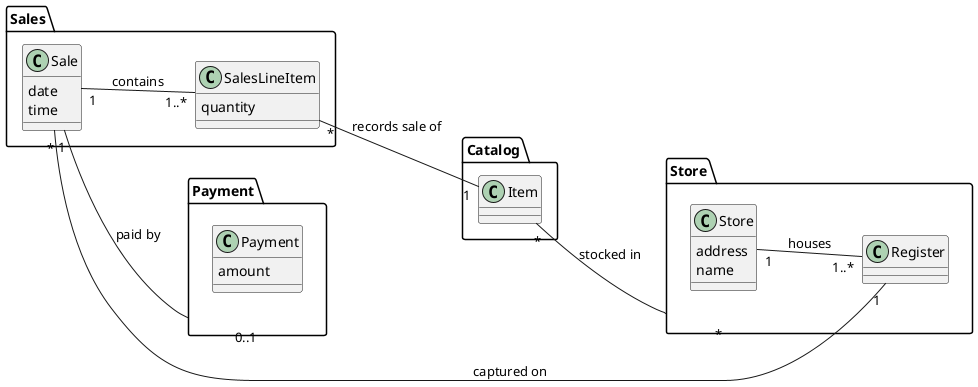
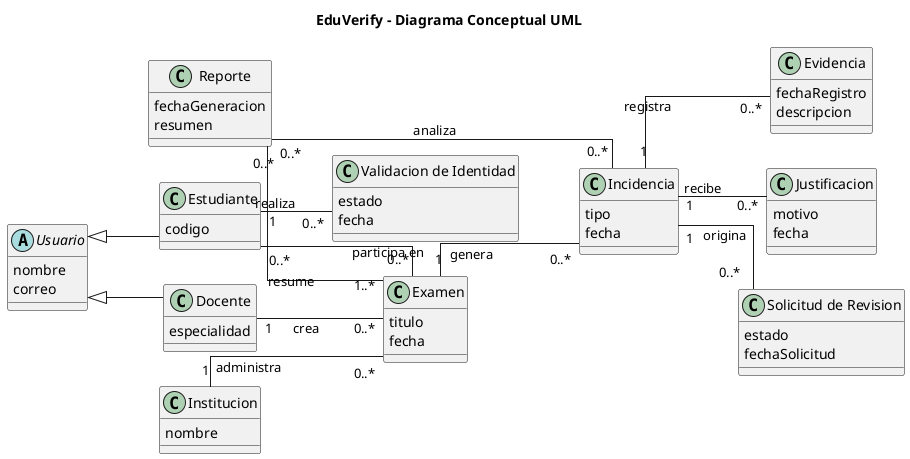
- @startuml "Conceptual Domain Model with Candidate Bounded Contexts"
+ @startuml "EduVerify - Level 4 Conceptual"
left to right direction

- package "Sales" {
-   class Sale {
-     date
-     time
-   }
+ title EduVerify - Diagrama Conceptual UML

-   class SalesLineItem {
-     quantity
-   }
+ skinparam classAttributeIconSize 0
+ skinparam linetype ortho

-   Sale "1" -- "1..*" SalesLineItem : contains
+ abstract class Usuario {
+   nombre
+   correo
}

- package "Payment" {
-   class Payment {
-     amount
-   }
+ class Docente {
+   especialidad
}

- package "Catalog" {
-   class Item
+ class Estudiante {
+   codigo
}

- package "Store" {
-   class Store {
-     address
-     name
-   }
- 
-   class Register
- 
-   Store "1" -- "1..*" Register : houses
+ class Institucion {
+   nombre
}

- Sale "1" -- "0..1" Payment : paid by
- Sale "*" -- "1" Register : captured on
- SalesLineItem "*" -- "1" Item : records sale of
- Item "*" -- "*" Store : stocked in
+ class Examen {
+   titulo
+   fecha
+ }

- @enduml+ class "Validacion de Identidad" as ValidacionIdentidad {
+   estado
+   fecha
+ }
+ 
+ class Incidencia {
+   tipo
+   fecha
+ }
+ 
+ class Evidencia {
+   fechaRegistro
+   descripcion
+ }
+ 
+ class Justificacion {
+   motivo
+   fecha
+ }
+ 
+ class "Solicitud de Revision" as SolicitudRevision {
+   estado
+   fechaSolicitud
+ }
+ 
+ class Reporte {
+   fechaGeneracion
+   resumen
+ }
+ 
+ Usuario <|-- Docente
+ Usuario <|-- Estudiante
+ 
+ Institucion "1" -- "0..*" Examen : administra
+ Docente "1" -- "0..*" Examen : crea
+ Estudiante "0..*" -- "0..*" Examen : participa en
+ Estudiante "1" -- "0..*" ValidacionIdentidad : realiza
+ Examen "1" -- "0..*" Incidencia : genera
+ Incidencia "1" -- "0..*" Evidencia : registra
+ Incidencia "1" -- "0..*" Justificacion : recibe
+ Incidencia "1" -- "0..*" SolicitudRevision : origina
+ Reporte "0..*" -- "1..*" Examen : resume
+ Reporte "0..*" -- "0..*" Incidencia : analiza
+ 
+ @enduml
